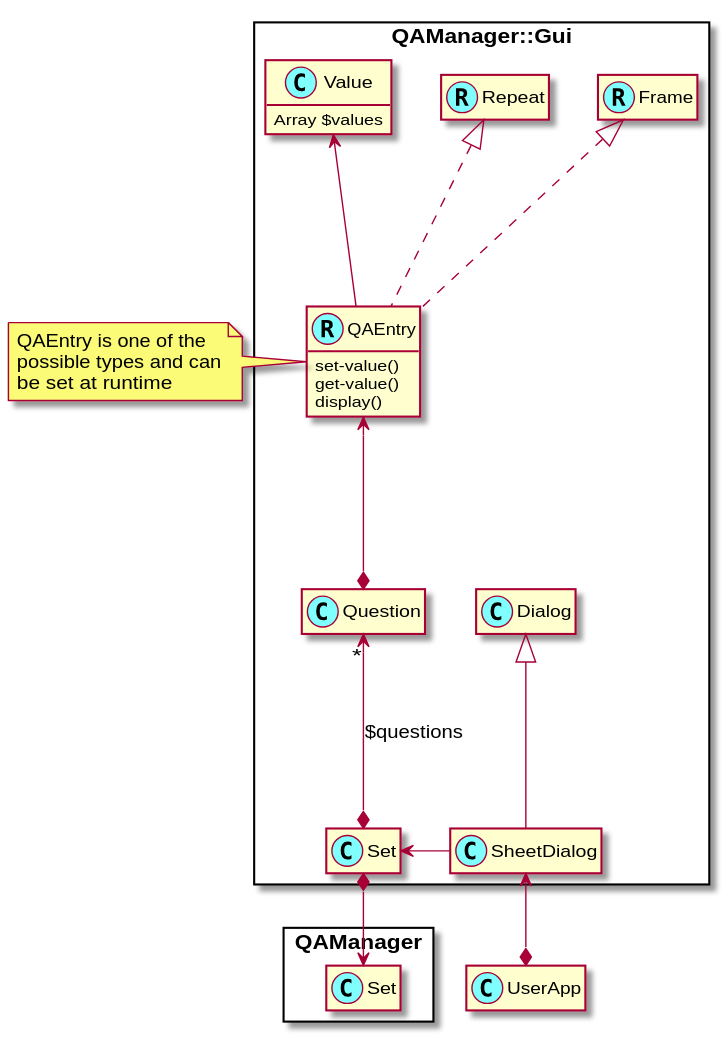
Above: doc/plantuml/SheetDialog.svg in MARTIMM/qa-manager (PlantUML), before the change.
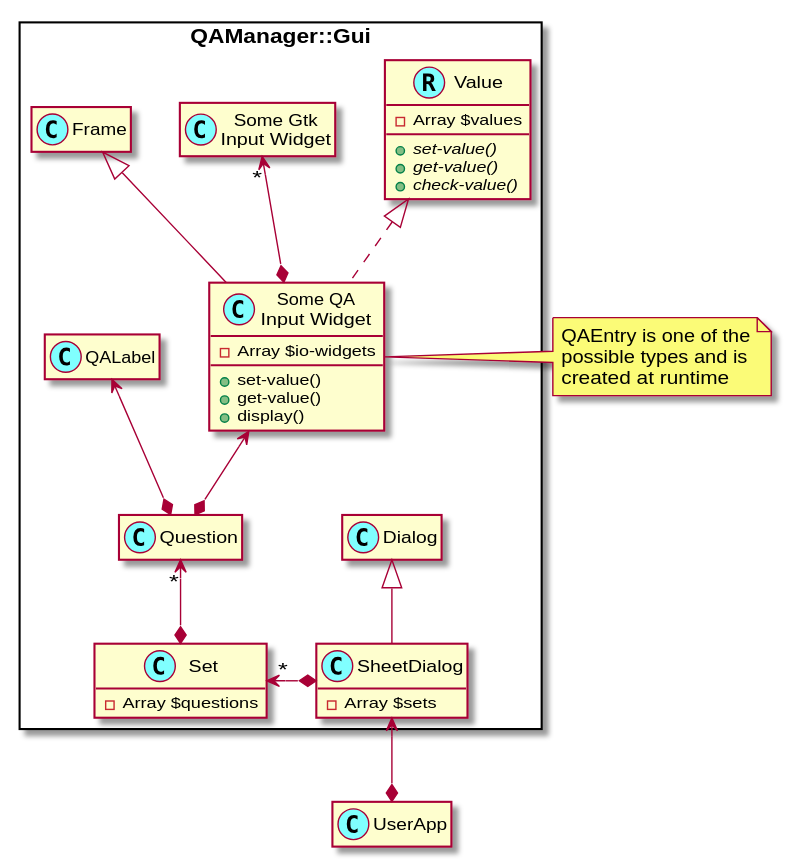
The same file after the commit.

Commit message:
better dialog. returned value in other hash

Diff of the diagram source:
```diff
@@ -4,37 +4,45 @@
 set namespaceSeparator ::
 hide empty members
 
-class QAManager::Gui::Frame <<(R,#80ffff)>>
-class QAManager::Gui::Repeat <<(R,#80ffff)>>
 
-class QAManager::Gui::Value {
-  Array $values
+class QAManager::Gui::Value <<(R,#80ffff)>> {
+  +{abstract} set-value()
+  +{abstract} get-value()
+  +{abstract} check-value()
+  -Array $values
+}
+
+class "Some Gtk\nInput Widget" as QAManager::Gui::GtkIOWidget
+
+class "Some QA\nInput Widget" as QAManager::Gui::QAIOWidget {
+  -Array $io-widgets
+  +set-value()
+  +get-value()
+  +display()
+}
+
+note right of QAManager::Gui::QAIOWidget : QAEntry is one of the\npossible types and is\ncreated at runtime
+
+class QAManager::Gui::Set {
+  -Array $questions
+}
+
+class QAManager::Gui::SheetDialog {
+  -Array $sets
 }
 
 
-class QAManager::Gui::QAEntry <<(R,#80ffff)>> {
-  set-value()
-  get-value()
-  display()
-}
-
-note left of QAManager::Gui::QAEntry : QAEntry is one of the\npossible types and can\nbe set at runtime
-
-
-
-
 QAManager::Gui::Dialog <|-- QAManager::Gui::SheetDialog
-QAManager::Gui::Set <- QAManager::Gui::SheetDialog
-QAManager::Gui::Set *--> QAManager::Set
+QAManager::Gui::Set "*" <-* QAManager::Gui::SheetDialog
 QAManager::Gui::SheetDialog <--* UserApp
 
-QAManager::Gui::Value <-- QAManager::Gui::QAEntry
+QAManager::Gui::Value <|.. QAManager::Gui::QAIOWidget
+QAManager::Gui::GtkIOWidget "*" <--* QAManager::Gui::QAIOWidget
+QAManager::Gui::Frame <|-- QAManager::Gui::QAIOWidget
 
-QAManager::Gui::Frame <|.. QAManager::Gui::QAEntry
-QAManager::Gui::Repeat <|.. QAManager::Gui::QAEntry
+QAManager::Gui::QAIOWidget <--* QAManager::Gui::Question
+QAManager::Gui::QALabel <--* QAManager::Gui::Question
 
-QAManager::Gui::QAEntry <--* QAManager::Gui::Question
-
-QAManager::Gui::Question "*" <--* QAManager::Gui::Set : $questions
+QAManager::Gui::Question "*" <--* QAManager::Gui::Set
 
 @enduml
```
